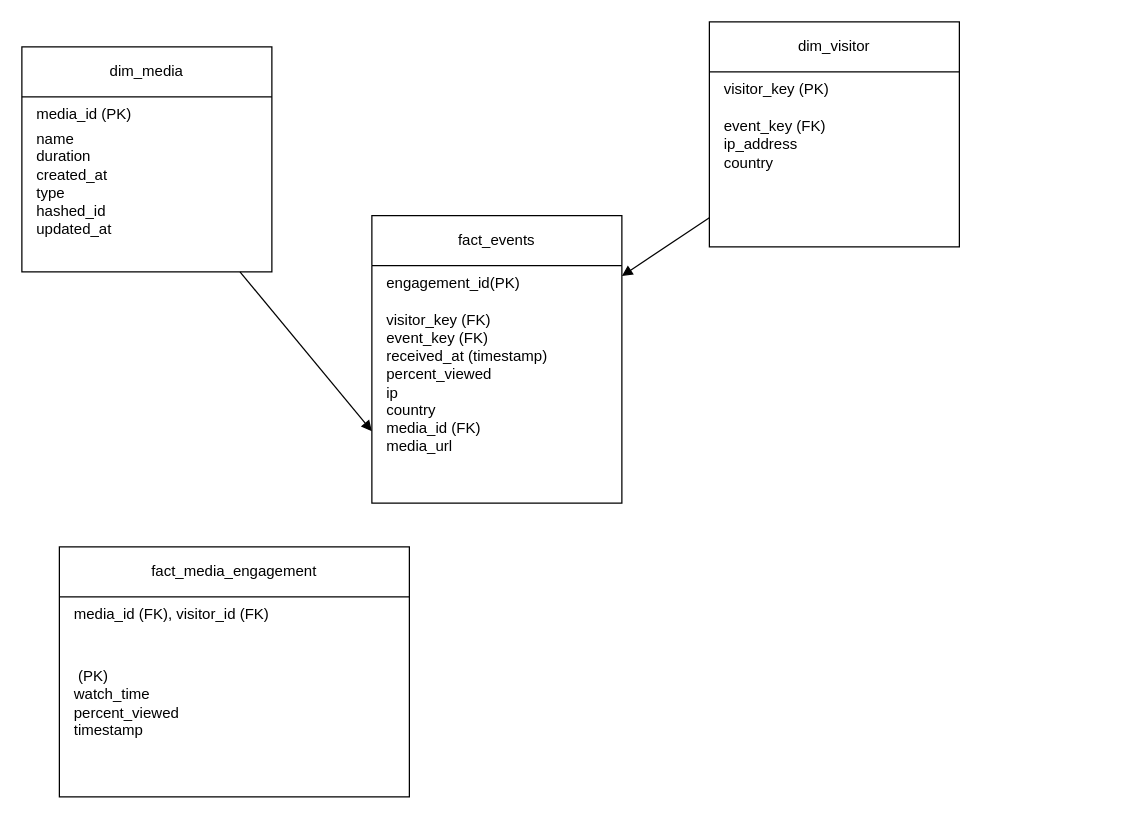
Before: docs/data-model-schema.drawio in akshayreddykotha/wistia-video-analytics, a draw.io diagram. Source tidied: cells renumbered, new cells numbered last; positions are measured from the earlier drawing's top-left corner, leaving out a move shared by most shapes. Both pictures are drawn from the tidied source at 125%, with x=0, y=0 at pixel (21, 21).
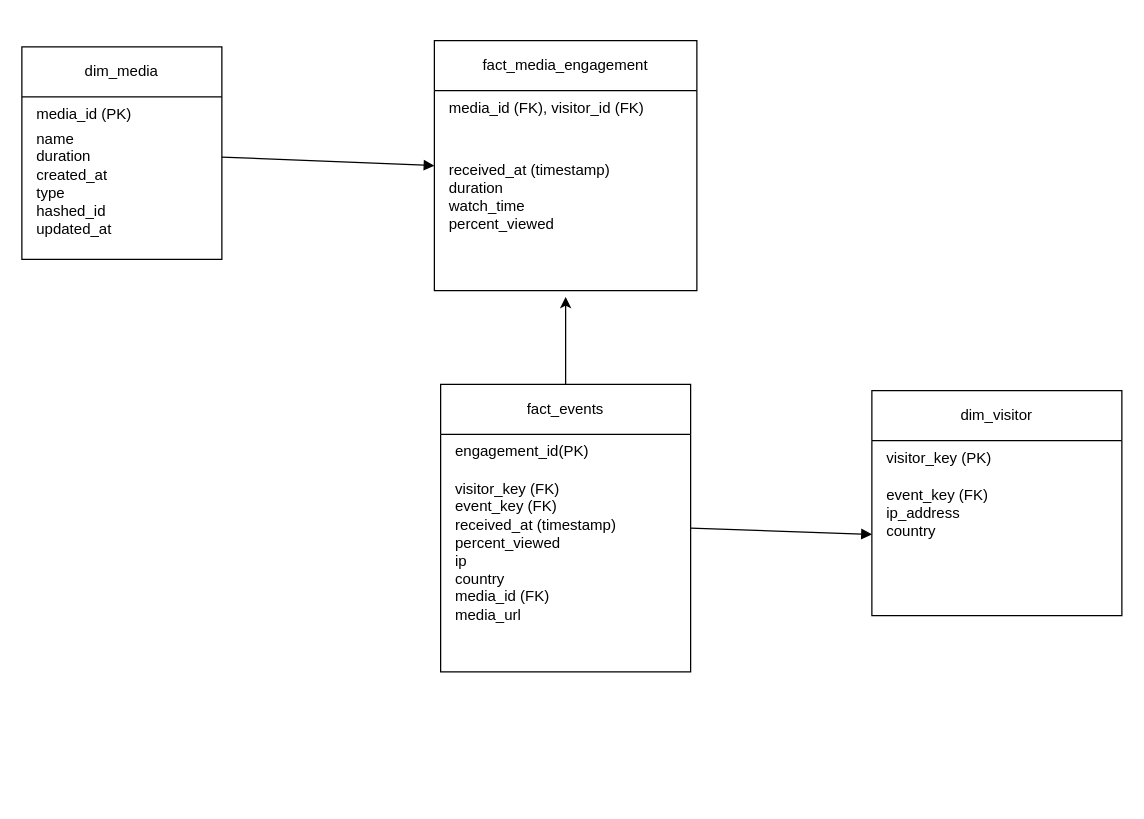
The same diagram, later.

Commit message (it also covers changes not shown here):
updated the while condition for media data extraction lambda

Diff of the diagram source:
```diff
@@
 <mxGraphModel>
   <root>
     <mxCell id="0" />
     <mxCell id="1" parent="0" />
     <mxCell id="2" value="dim_media" style="shape=swimlane;whiteSpace=wrap;html=1;" parent="1" vertex="1">
-      <mxGeometry y="20" width="200" height="180" as="geometry" />
+      <mxGeometry y="20" width="160" height="170" as="geometry" />
     </mxCell>
     <mxCell id="3" value="media_id (PK)" style="text;html=1;strokeColor=none;fillColor=none;" parent="2" vertex="1">
       <mxGeometry x="10" y="40" width="180" height="30" as="geometry" />
     </mxCell>
     <mxCell id="4" value="name&lt;div&gt;duration&lt;/div&gt;&lt;div&gt;created_at&lt;/div&gt;&lt;div&gt;type&lt;/div&gt;&lt;div&gt;hashed_id&lt;/div&gt;&lt;div&gt;updated_at&lt;/div&gt;" style="text;html=1;strokeColor=none;fillColor=none;" parent="2" vertex="1">
-      <mxGeometry x="10" y="60" width="180" height="100" as="geometry" />
+      <mxGeometry x="10" y="60" width="130" height="100" as="geometry" />
     </mxCell>
     <mxCell id="5" value="dim_visitor" style="shape=swimlane;whiteSpace=wrap;html=1;" parent="1" vertex="1">
-      <mxGeometry x="550" width="200" height="180" as="geometry" />
+      <mxGeometry x="680" y="295" width="200" height="180" as="geometry" />
     </mxCell>
     <mxCell id="6" value="visitor_key (PK)" style="text;html=1;strokeColor=none;fillColor=none;" parent="5" vertex="1">
       <mxGeometry x="10" y="40" width="180" height="30" as="geometry" />
     </mxCell>
     <mxCell id="7" value="&lt;div&gt;event_key (FK)&lt;/div&gt;&lt;div&gt;ip_address&lt;/div&gt;&lt;div&gt;country&lt;/div&gt;" style="text;html=1;strokeColor=none;fillColor=none;" parent="5" vertex="1">
       <mxGeometry x="10" y="70" width="180" height="90" as="geometry" />
     </mxCell>
     <mxCell id="8" value="fact_media_engagement" style="shape=swimlane;whiteSpace=wrap;html=1;" parent="1" vertex="1">
-      <mxGeometry x="30" y="420" width="280" height="200" as="geometry" />
+      <mxGeometry x="330" y="15" width="210" height="200" as="geometry" />
     </mxCell>
     <mxCell id="9" value="media_id (FK), visitor_id (FK)" style="text;html=1;strokeColor=none;fillColor=none;" parent="8" vertex="1">
       <mxGeometry x="10" y="40" width="260" height="30" as="geometry" />
     </mxCell>
-    <mxCell id="10" value="&amp;nbsp;(PK)&amp;nbsp;&lt;div&gt;watch_time&lt;/div&gt;&lt;div&gt;percent_viewed&lt;/div&gt;&lt;div&gt;timestamp&lt;/div&gt;" style="text;html=1;strokeColor=none;fillColor=none;" parent="8" vertex="1">
+    <mxCell id="10" value="received_at (timestamp)&lt;br&gt;&lt;div&gt;duration&lt;/div&gt;&lt;div&gt;watch_time&lt;/div&gt;&lt;div&gt;percent_viewed&lt;/div&gt;&lt;div&gt;&lt;br&gt;&lt;/div&gt;" style="text;html=1;strokeColor=none;fillColor=none;" parent="8" vertex="1">
       <mxGeometry x="10" y="90" width="260" height="90" as="geometry" />
     </mxCell>
-    <mxCell id="11" style="endArrow=block;html=1;entryX=0;entryY=0.75;entryDx=0;entryDy=0;" parent="1" edge="1" source="2" target="13">
+    <mxCell id="11" style="endArrow=block;html=1;entryX=0;entryY=0.5;entryDx=0;entryDy=0;" parent="1" edge="1" source="2" target="8">
       <mxGeometry relative="1" as="geometry" />
     </mxCell>
-    <mxCell id="12" style="endArrow=block;html=1;" parent="1" edge="1" source="5" target="13">
-      <mxGeometry relative="1" as="geometry" />
+    <mxCell id="12" style="endArrow=block;html=1;exitX=1;exitY=0.5;exitDx=0;exitDy=0;" parent="1" edge="1" source="13">
+      <mxGeometry relative="1" as="geometry">
+        <mxPoint x="680" y="410" as="targetPoint" />
+      </mxGeometry>
     </mxCell>
     <mxCell id="13" value="fact_events" style="shape=swimlane;whiteSpace=wrap;html=1;" parent="1" vertex="1">
-      <mxGeometry x="280" y="155" width="200" height="230" as="geometry" />
+      <mxGeometry x="335" y="290" width="200" height="230" as="geometry" />
     </mxCell>
     <mxCell id="14" value="engagement_id(PK)" style="text;html=1;strokeColor=none;fillColor=none;" parent="13" vertex="1">
       <mxGeometry x="10" y="40" width="180" height="30" as="geometry" />
     </mxCell>
     <mxCell id="15" value="&lt;div&gt;visitor_key (FK)&lt;/div&gt;&lt;div&gt;event_key (FK)&lt;/div&gt;&lt;div&gt;received_at (timestamp)&lt;/div&gt;&lt;div&gt;percent_viewed&lt;/div&gt;&lt;div&gt;ip&lt;/div&gt;&lt;div&gt;country&lt;/div&gt;&lt;div&gt;media_id (FK)&lt;/div&gt;&lt;div&gt;&lt;span style=&quot;background-color: transparent; color: light-dark(rgb(0, 0, 0), rgb(255, 255, 255));&quot;&gt;media_url&lt;/span&gt;&lt;/div&gt;" style="text;html=1;strokeColor=none;fillColor=none;" parent="13" vertex="1">
       <mxGeometry x="10" y="70" width="180" height="90" as="geometry" />
     </mxCell>
+    <mxCell id="16" style="endArrow=classic;html=1;rounded=0;" parent="1" edge="1" source="13">
+      <mxGeometry relative="1" as="geometry">
+        <mxPoint x="435" y="220" as="targetPoint" />
+      </mxGeometry>
+    </mxCell>
   </root>
 </mxGraphModel>
```
